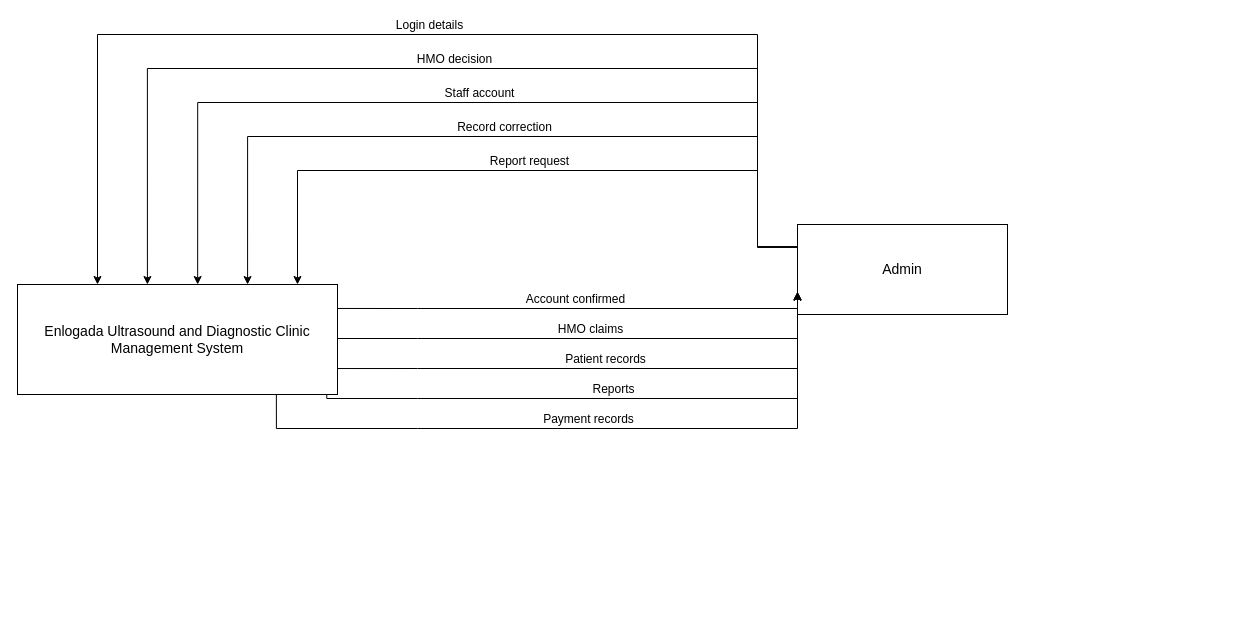
Earlier version of the draw.io diagram page "Admin" (3 of 9) of docs/diagrams/dfd-level0.drawio (steven23lz/Enlogada-Clinic-Management-System). Source tidied: cells renumbered, new cells numbered last; positions are measured from the earlier drawing's top-left corner, leaving out a move shared by most shapes. Both pictures are drawn from the tidied source at 100%, with x=0, y=0 at pixel (17, 34).
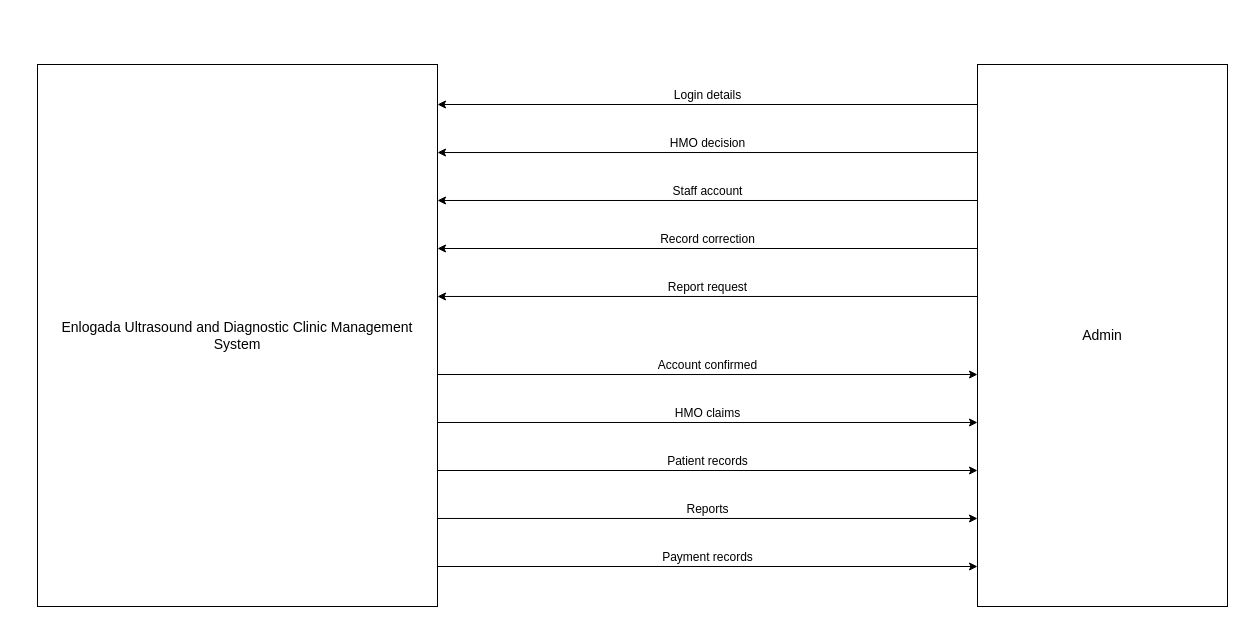
Above is the later version.

What changed in the source:
```diff
@@
     <mxCell id="2" value="Enlogada Ultrasound and Diagnostic Clinic Management System" style="rounded=0;whiteSpace=wrap;html=1;verticalAlign=middle;fontFamily=Helvetica;fontSize=14;fontColor=#000000;strokeColor=#000000;" parent="1" vertex="1">
-      <mxGeometry y="250" width="320" height="110" as="geometry" />
+      <mxGeometry x="20" y="30" width="400" height="542" as="geometry" />
     </mxCell>
     <mxCell id="3" value="Admin" style="rounded=0;whiteSpace=wrap;html=1;fontFamily=Helvetica;fontSize=14;fontColor=#000000;strokeColor=#000000;" parent="1" vertex="1">
-      <mxGeometry x="780" y="190" width="210" height="90" as="geometry" />
+      <mxGeometry x="960" y="30" width="250" height="542" as="geometry" />
     </mxCell>
-    <mxCell id="4" value="Login details" style="edgeStyle=orthogonalEdgeStyle;rounded=0;html=1;verticalAlign=bottom;fontFamily=Helvetica;fontSize=12;fontColor=#000000;strokeColor=#000000;exitX=0;exitY=0.25;exitDx=0;exitDy=0;entryX=0.250;entryY=0;entryDx=0;entryDy=0;" parent="1" edge="1" source="3" target="2">
-      <mxGeometry relative="1" as="geometry">
-        <Array as="points">
-          <mxPoint x="740" />
-          <mxPoint x="80" />
-        </Array>
-      </mxGeometry>
+    <mxCell id="4" value="Login details" style="edgeStyle=orthogonalEdgeStyle;rounded=0;html=1;verticalAlign=bottom;fontFamily=Helvetica;fontSize=12;fontColor=#000000;strokeColor=#000000;exitX=0;entryX=1;exitY=0.0738;exitDx=0;exitDy=0;entryY=0.0738;entryDx=0;entryDy=0;" parent="1" edge="1" source="3" target="2">
+      <mxGeometry relative="1" as="geometry" />
     </mxCell>
-    <mxCell id="5" value="HMO decision" style="edgeStyle=orthogonalEdgeStyle;rounded=0;html=1;verticalAlign=bottom;fontFamily=Helvetica;fontSize=12;fontColor=#000000;strokeColor=#000000;exitX=0;exitY=0.25;exitDx=0;exitDy=0;entryX=0.406;entryY=0;entryDx=0;entryDy=0;" parent="1" edge="1" source="3" target="2">
-      <mxGeometry relative="1" as="geometry">
-        <Array as="points">
-          <mxPoint x="740" y="34" />
-          <mxPoint x="130" y="34" />
-        </Array>
-      </mxGeometry>
+    <mxCell id="5" value="HMO decision" style="edgeStyle=orthogonalEdgeStyle;rounded=0;html=1;verticalAlign=bottom;fontFamily=Helvetica;fontSize=12;fontColor=#000000;strokeColor=#000000;exitX=0;entryX=1;exitY=0.1624;exitDx=0;exitDy=0;entryY=0.1624;entryDx=0;entryDy=0;" parent="1" edge="1" source="3" target="2">
+      <mxGeometry relative="1" as="geometry" />
     </mxCell>
-    <mxCell id="6" value="Staff account" style="edgeStyle=orthogonalEdgeStyle;rounded=0;html=1;verticalAlign=bottom;fontFamily=Helvetica;fontSize=12;fontColor=#000000;strokeColor=#000000;exitX=0;exitY=0.25;exitDx=0;exitDy=0;entryX=0.563;entryY=0;entryDx=0;entryDy=0;" parent="1" edge="1" source="3" target="2">
-      <mxGeometry relative="1" as="geometry">
-        <Array as="points">
-          <mxPoint x="740" y="68" />
-          <mxPoint x="180" y="68" />
-        </Array>
-      </mxGeometry>
+    <mxCell id="6" value="Staff account" style="edgeStyle=orthogonalEdgeStyle;rounded=0;html=1;verticalAlign=bottom;fontFamily=Helvetica;fontSize=12;fontColor=#000000;strokeColor=#000000;exitX=0;entryX=1;exitY=0.2509;exitDx=0;exitDy=0;entryY=0.2509;entryDx=0;entryDy=0;" parent="1" edge="1" source="3" target="2">
+      <mxGeometry relative="1" as="geometry" />
     </mxCell>
-    <mxCell id="7" value="Record correction" style="edgeStyle=orthogonalEdgeStyle;rounded=0;html=1;verticalAlign=bottom;fontFamily=Helvetica;fontSize=12;fontColor=#000000;strokeColor=#000000;exitX=0;exitY=0.25;exitDx=0;exitDy=0;entryX=0.719;entryY=0;entryDx=0;entryDy=0;" parent="1" edge="1" source="3" target="2">
-      <mxGeometry relative="1" as="geometry">
-        <Array as="points">
-          <mxPoint x="740" y="102" />
-          <mxPoint x="230" y="102" />
-        </Array>
-      </mxGeometry>
+    <mxCell id="7" value="Record correction" style="edgeStyle=orthogonalEdgeStyle;rounded=0;html=1;verticalAlign=bottom;fontFamily=Helvetica;fontSize=12;fontColor=#000000;strokeColor=#000000;exitX=0;entryX=1;exitY=0.3395;exitDx=0;exitDy=0;entryY=0.3395;entryDx=0;entryDy=0;" parent="1" edge="1" source="3" target="2">
+      <mxGeometry relative="1" as="geometry" />
     </mxCell>
-    <mxCell id="8" value="Report request" style="edgeStyle=orthogonalEdgeStyle;rounded=0;html=1;verticalAlign=bottom;fontFamily=Helvetica;fontSize=12;fontColor=#000000;strokeColor=#000000;exitX=0;exitY=0.25;exitDx=0;exitDy=0;entryX=0.875;entryY=0;entryDx=0;entryDy=0;" parent="1" edge="1" source="3" target="2">
-      <mxGeometry relative="1" as="geometry">
-        <Array as="points">
-          <mxPoint x="740" y="136" />
-          <mxPoint x="280" y="136" />
-        </Array>
-      </mxGeometry>
+    <mxCell id="8" value="Report request" style="edgeStyle=orthogonalEdgeStyle;rounded=0;html=1;verticalAlign=bottom;fontFamily=Helvetica;fontSize=12;fontColor=#000000;strokeColor=#000000;exitX=0;entryX=1;exitY=0.4280;exitDx=0;exitDy=0;entryY=0.4280;entryDx=0;entryDy=0;" parent="1" edge="1" source="3" target="2">
+      <mxGeometry relative="1" as="geometry" />
     </mxCell>
-    <mxCell id="9" value="Account confirmed" style="edgeStyle=orthogonalEdgeStyle;rounded=0;html=1;verticalAlign=bottom;fontFamily=Helvetica;fontSize=12;fontColor=#000000;strokeColor=#000000;exitX=1;exitY=0.218;exitDx=0;exitDy=0;entryX=0;entryY=0.75;entryDx=0;entryDy=0;" parent="1" edge="1" source="2" target="3">
-      <mxGeometry relative="1" as="geometry">
-        <Array as="points">
-          <mxPoint x="400" y="274" />
-          <mxPoint x="740" y="274" />
-        </Array>
-      </mxGeometry>
+    <mxCell id="9" value="Account confirmed" style="edgeStyle=orthogonalEdgeStyle;rounded=0;html=1;verticalAlign=bottom;fontFamily=Helvetica;fontSize=12;fontColor=#000000;strokeColor=#000000;exitX=1;entryX=0;exitY=0.5720;exitDx=0;exitDy=0;entryY=0.5720;entryDx=0;entryDy=0;" parent="1" edge="1" source="2" target="3">
+      <mxGeometry relative="1" as="geometry" />
     </mxCell>
-    <mxCell id="10" value="HMO claims" style="edgeStyle=orthogonalEdgeStyle;rounded=0;html=1;verticalAlign=bottom;fontFamily=Helvetica;fontSize=12;fontColor=#000000;strokeColor=#000000;exitX=1;exitY=0.491;exitDx=0;exitDy=0;entryX=0;entryY=0.75;entryDx=0;entryDy=0;" parent="1" edge="1" source="2" target="3">
-      <mxGeometry relative="1" as="geometry">
-        <Array as="points">
-          <mxPoint x="400" y="304" />
-          <mxPoint x="740" y="304" />
-        </Array>
-      </mxGeometry>
+    <mxCell id="10" value="HMO claims" style="edgeStyle=orthogonalEdgeStyle;rounded=0;html=1;verticalAlign=bottom;fontFamily=Helvetica;fontSize=12;fontColor=#000000;strokeColor=#000000;exitX=1;entryX=0;exitY=0.6605;exitDx=0;exitDy=0;entryY=0.6605;entryDx=0;entryDy=0;" parent="1" edge="1" source="2" target="3">
+      <mxGeometry relative="1" as="geometry" />
     </mxCell>
-    <mxCell id="11" value="Patient records" style="edgeStyle=orthogonalEdgeStyle;rounded=0;html=1;verticalAlign=bottom;fontFamily=Helvetica;fontSize=12;fontColor=#000000;strokeColor=#000000;exitX=1;exitY=0.764;exitDx=0;exitDy=0;entryX=0;entryY=0.75;entryDx=0;entryDy=0;" parent="1" edge="1" source="2" target="3">
-      <mxGeometry relative="1" as="geometry">
-        <Array as="points">
-          <mxPoint x="400" y="334" />
-          <mxPoint x="740" y="334" />
-        </Array>
-      </mxGeometry>
+    <mxCell id="11" value="Patient records" style="edgeStyle=orthogonalEdgeStyle;rounded=0;html=1;verticalAlign=bottom;fontFamily=Helvetica;fontSize=12;fontColor=#000000;strokeColor=#000000;exitX=1;entryX=0;exitY=0.7491;exitDx=0;exitDy=0;entryY=0.7491;entryDx=0;entryDy=0;" parent="1" edge="1" source="2" target="3">
+      <mxGeometry relative="1" as="geometry" />
     </mxCell>
-    <mxCell id="12" value="Reports" style="edgeStyle=orthogonalEdgeStyle;rounded=0;html=1;verticalAlign=bottom;fontFamily=Helvetica;fontSize=12;fontColor=#000000;strokeColor=#000000;exitX=1;exitY=1.036;exitDx=0;exitDy=0;entryX=0;entryY=0.75;entryDx=0;entryDy=0;" parent="1" edge="1" source="2" target="3">
-      <mxGeometry relative="1" as="geometry">
-        <Array as="points">
-          <mxPoint x="400" y="364" />
-          <mxPoint x="740" y="364" />
-        </Array>
-      </mxGeometry>
+    <mxCell id="12" value="Reports" style="edgeStyle=orthogonalEdgeStyle;rounded=0;html=1;verticalAlign=bottom;fontFamily=Helvetica;fontSize=12;fontColor=#000000;strokeColor=#000000;exitX=1;entryX=0;exitY=0.8376;exitDx=0;exitDy=0;entryY=0.8376;entryDx=0;entryDy=0;" parent="1" edge="1" source="2" target="3">
+      <mxGeometry relative="1" as="geometry" />
     </mxCell>
-    <mxCell id="13" value="Payment records" style="edgeStyle=orthogonalEdgeStyle;rounded=0;html=1;verticalAlign=bottom;fontFamily=Helvetica;fontSize=12;fontColor=#000000;strokeColor=#000000;exitX=1;exitY=1.309;exitDx=0;exitDy=0;entryX=0;entryY=0.75;entryDx=0;entryDy=0;" parent="1" edge="1" source="2" target="3">
-      <mxGeometry relative="1" as="geometry">
-        <Array as="points">
-          <mxPoint x="400" y="394" />
-          <mxPoint x="740" y="394" />
-        </Array>
-      </mxGeometry>
+    <mxCell id="13" value="Payment records" style="edgeStyle=orthogonalEdgeStyle;rounded=0;html=1;verticalAlign=bottom;fontFamily=Helvetica;fontSize=12;fontColor=#000000;strokeColor=#000000;exitX=1;entryX=0;exitY=0.9262;exitDx=0;exitDy=0;entryY=0.9262;entryDx=0;entryDy=0;" parent="1" edge="1" source="2" target="3">
+      <mxGeometry relative="1" as="geometry" />
     </mxCell>
```
